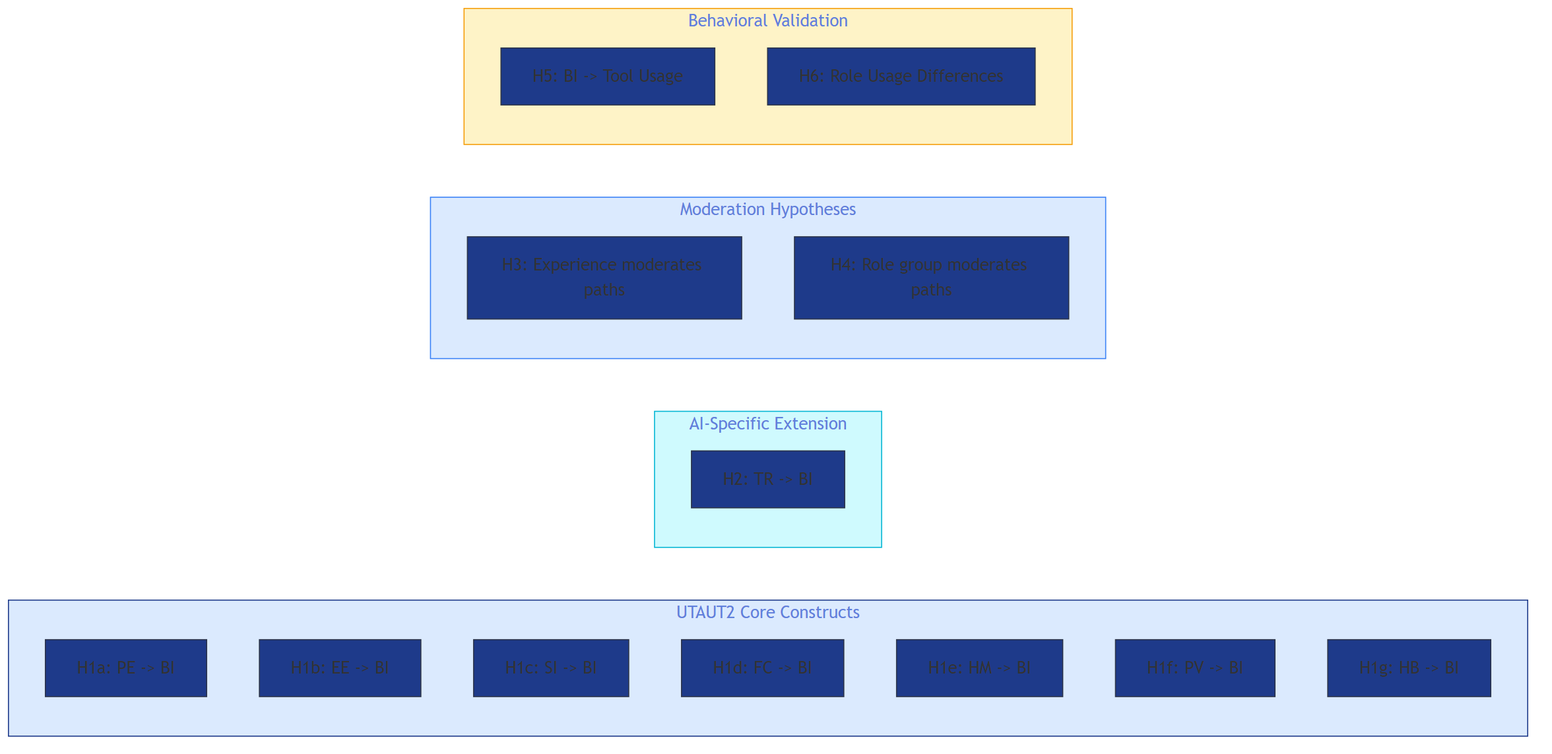
fabioc-aloha/AIRS_Data_Analysis keeps this Mermaid diagram as thesis-v2/output/mermaid/02_literature_review_diagram_2.png. Above is the earlier version. Its source is kept beside it as thesis-v2/output/mermaid/02_literature_review_diagram_2.mmd.
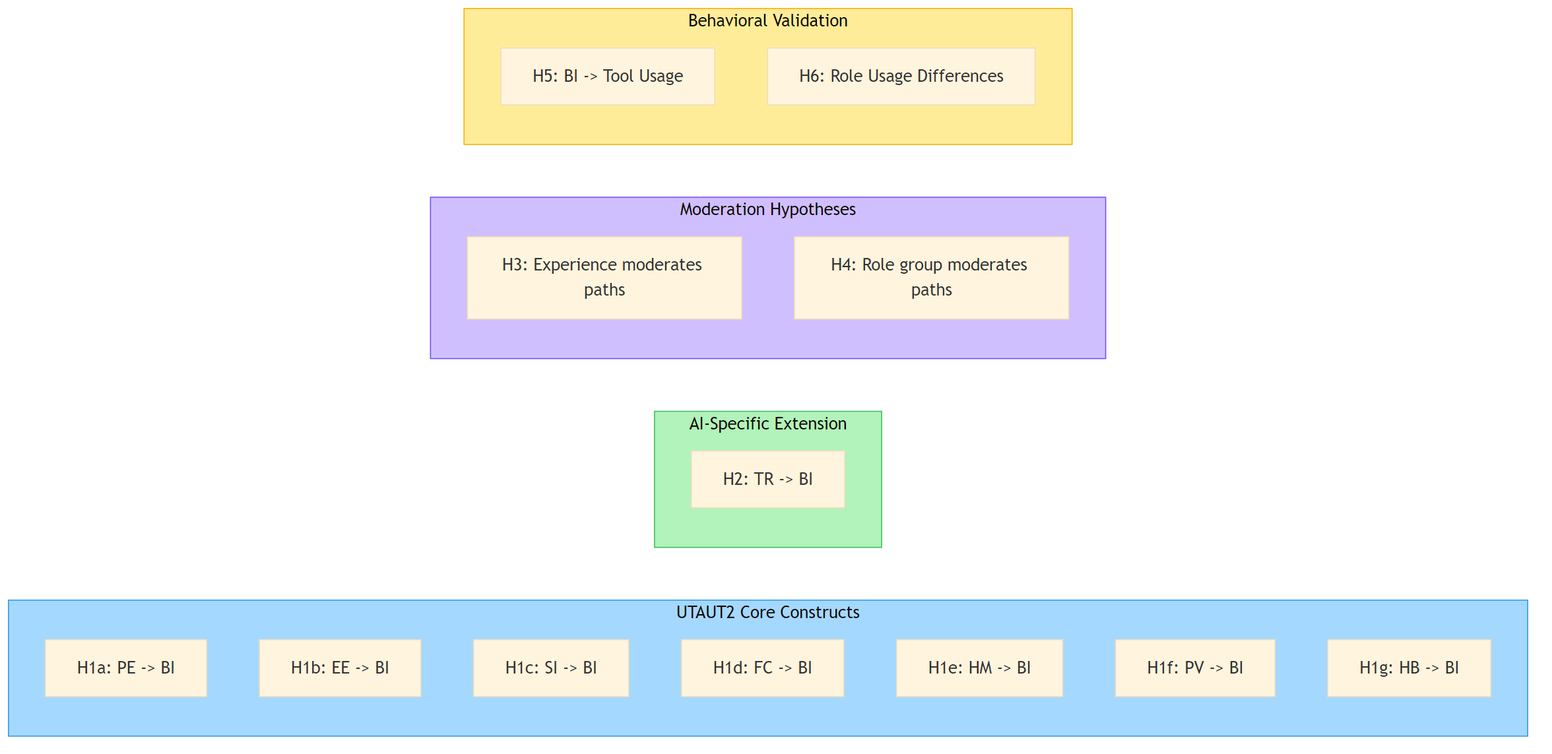
The same file after the commit.

What changed in the source:
```diff
@@ -1,4 +1,4 @@
-%%{init: {'theme': 'base', 'themeVariables': {'primaryColor': '#1e3a8a', 'lineColor': '#3b82f6'}}}%%
+%%{init: {'theme': 'base', 'themeVariables': {'edgeLabelBackground': '#ffffff'}}}%%
 flowchart LR
     subgraph UTAUT2["UTAUT2 Core Constructs"]
         H1a["H1a: PE -> BI"]
@@ -24,7 +24,7 @@
         H6["H6: Role Usage Differences"]
     end
 
-    style UTAUT2 fill:#dbeafe,stroke:#1e3a8a
-    style AIExtension fill:#cffafe,stroke:#06b6d4
-    style Moderation fill:#dbeafe,stroke:#3b82f6
-    style Validation fill:#fef3c7,stroke:#f59e0b
+    style UTAUT2 fill:#a5d8ff,stroke:#339af0
+    style AIExtension fill:#b2f2bb,stroke:#40c057
+    style Moderation fill:#d0bfff,stroke:#7950f2
+    style Validation fill:#ffec99,stroke:#fab005
```
